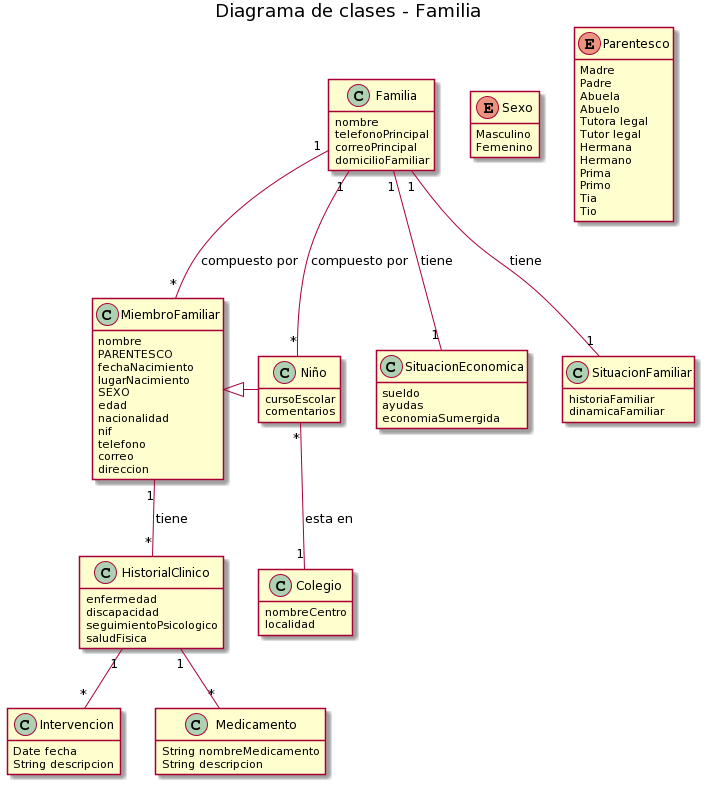
This is diagrama/Diagramas 2.0/familia.png from marsamber/proyectoIR, a PlantUML export, as it was before one commit.
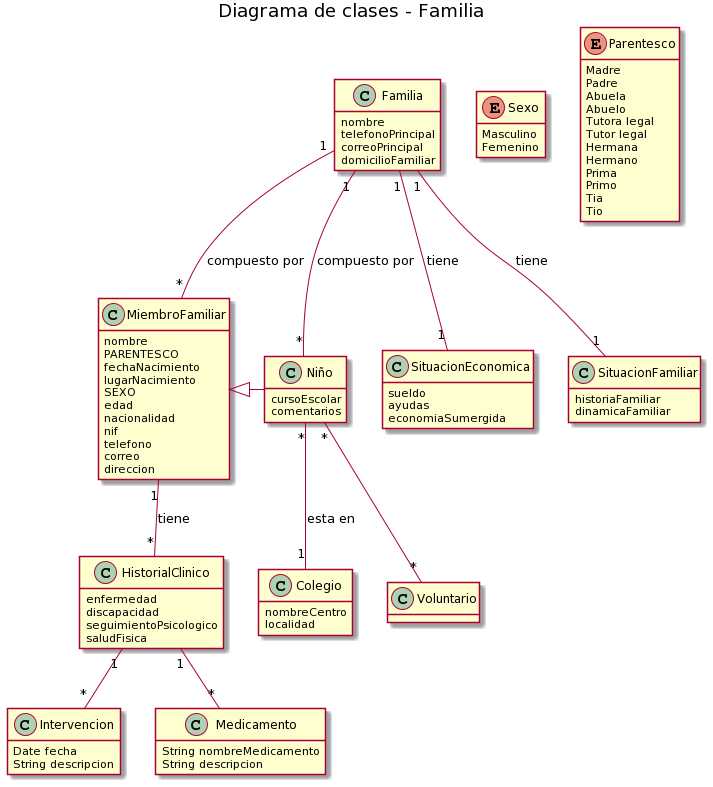
After the change.

Commit message:
Arreglar diagrama de clases

What changed in the source:
```diff
@@ -81,6 +81,8 @@
     String descripcion
 }
 
+class Voluntario
+
 Familia "1"--"*" MiembroFamiliar:compuesto por
 Familia "1"--"*" Niño:compuesto por
 Familia"1"--"1" SituacionEconomica:tiene
@@ -90,4 +92,5 @@
 Niño "*"-down-"1"Colegio:esta en
 HistorialClinico "1"-down-"*"Medicamento
 HistorialClinico "1"-down-"*"Intervencion
+Niño "*"--"*"Voluntario
 @enduml
```
